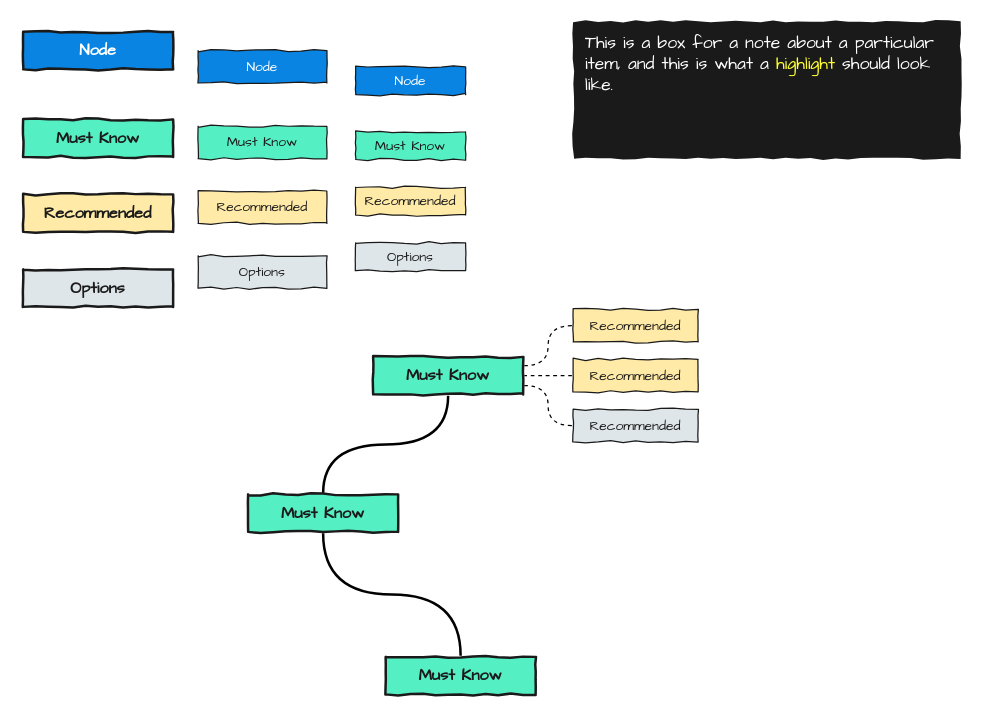
SlurmzMckenzie/agile-roadmap keeps this draw.io diagram as flowchart-template.drawio. Above is the earlier version. Source tidied: cells renumbered, new cells numbered last; positions are measured from the earlier drawing's top-left corner, leaving out a move shared by most shapes. Both pictures are drawn from the tidied source at 125%, with x=0, y=0 at pixel (22, 21).
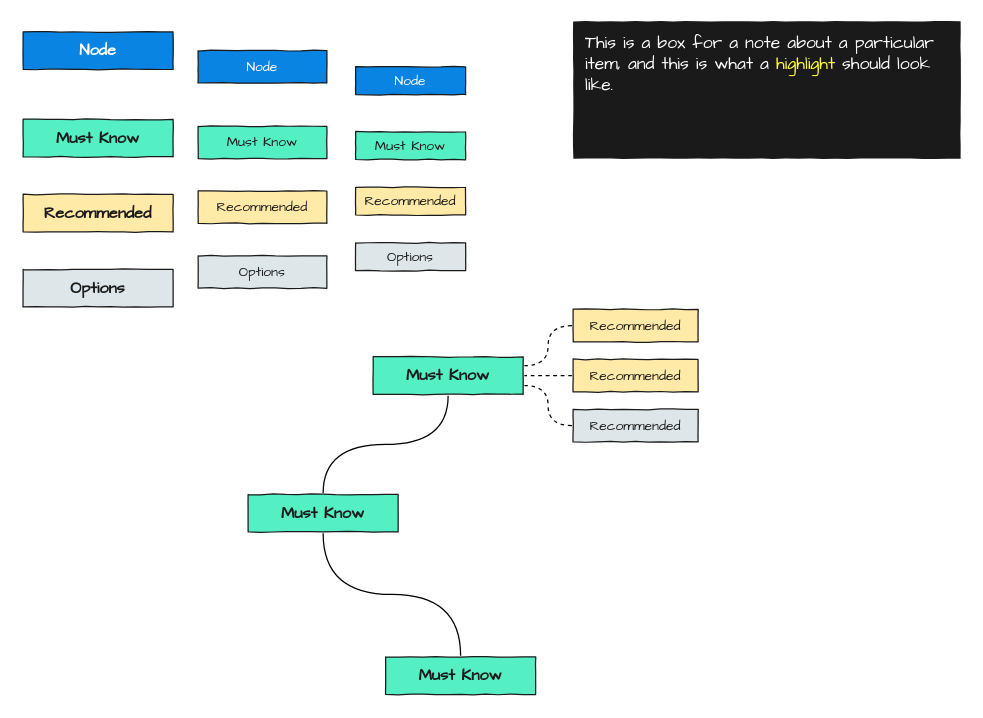
The same diagram, later.

Diff of the diagram source:
```diff
@@
-    <mxCell id="2" value="&lt;font&gt;Must Know&lt;/font&gt;" style="rounded=0;whiteSpace=wrap;html=1;fillColor=#55efc4;fontFamily=Comic Sans MS;fontSize=13;fontStyle=1;fontColor=#1A1A1A;strokeColor=#1A1A1A;perimeterSpacing=1;strokeWidth=2;shadow=0;comic=1;glass=0;gradientColor=none;labelBackgroundColor=none;labelBorderColor=none;" parent="1" vertex="1">
+    <mxCell id="2" value="&lt;font&gt;Must Know&lt;/font&gt;" style="rounded=0;whiteSpace=wrap;html=1;fillColor=#55efc4;fontFamily=Comic Sans MS;fontSize=13;fontStyle=1;fontColor=#1A1A1A;strokeColor=#1A1A1A;perimeterSpacing=1;strokeWidth=1;shadow=0;comic=1;glass=0;gradientColor=none;labelBackgroundColor=none;labelBorderColor=none;jiggle=0.8;" parent="1" vertex="1">
       <mxGeometry y="78" width="120" height="30" as="geometry" />
     </mxCell>
-    <mxCell id="3" value="&lt;font&gt;Recommended&lt;/font&gt;" style="rounded=0;whiteSpace=wrap;html=1;fillColor=#ffeaa7;fontFamily=Comic Sans MS;fontSize=13;fontStyle=1;fontColor=#1A1A1A;strokeColor=#1A1A1A;perimeterSpacing=1;strokeWidth=2;shadow=0;comic=1;glass=0;gradientColor=none;labelBackgroundColor=none;labelBorderColor=none;" parent="1" vertex="1">
+    <mxCell id="3" value="&lt;font&gt;Recommended&lt;/font&gt;" style="rounded=0;whiteSpace=wrap;html=1;fillColor=#ffeaa7;fontFamily=Comic Sans MS;fontSize=13;fontStyle=1;fontColor=#1A1A1A;strokeColor=#1A1A1A;perimeterSpacing=1;strokeWidth=1;shadow=0;comic=1;glass=0;gradientColor=none;labelBackgroundColor=none;labelBorderColor=none;jiggle=0.8;" parent="1" vertex="1">
       <mxGeometry y="138" width="120" height="30" as="geometry" />
     </mxCell>
-    <mxCell id="4" value="&lt;font&gt;Options&lt;/font&gt;" style="rounded=0;whiteSpace=wrap;html=1;fillColor=#dfe6e9;fontFamily=Comic Sans MS;fontSize=13;fontStyle=1;fontColor=#1A1A1A;strokeColor=#1A1A1A;perimeterSpacing=1;strokeWidth=2;shadow=0;comic=1;glass=0;gradientColor=none;labelBackgroundColor=none;labelBorderColor=none;" parent="1" vertex="1">
+    <mxCell id="4" value="&lt;font&gt;Options&lt;/font&gt;" style="rounded=0;whiteSpace=wrap;html=1;fillColor=#dfe6e9;fontFamily=Comic Sans MS;fontSize=13;fontStyle=1;fontColor=#1A1A1A;strokeColor=#1A1A1A;perimeterSpacing=1;strokeWidth=1;shadow=0;comic=1;glass=0;gradientColor=none;labelBackgroundColor=none;labelBorderColor=none;jiggle=0.8;" parent="1" vertex="1">
       <mxGeometry y="198" width="120" height="30" as="geometry" />
     </mxCell>
-    <mxCell id="5" value="&lt;font style=&quot;font-size: 14px&quot; face=&quot;Comic Sans MS&quot;&gt;&lt;span style=&quot;line-height: 100%&quot;&gt;This is a box for a note about a particular item, and this is what a &lt;font color=&quot;#ffff33&quot;&gt;&lt;font style=&quot;font-size: 14px&quot;&gt;highlight&lt;/font&gt; &lt;/font&gt;should look like.&lt;/span&gt;&lt;/font&gt;" style="rounded=0;whiteSpace=wrap;html=1;fillColor=#1A1A1A;fontFamily=Lucida Console;fontSize=13;fontStyle=0;fontColor=#FFFFFF;strokeColor=none;perimeterSpacing=1;strokeWidth=2;shadow=0;comic=1;glass=0;gradientColor=none;labelBackgroundColor=none;labelBorderColor=none;align=left;verticalAlign=top;spacing=2;spacingLeft=8;spacingTop=2;" parent="1" vertex="1">
+    <mxCell id="5" value="&lt;font style=&quot;font-size: 14px&quot; face=&quot;Comic Sans MS&quot;&gt;&lt;span style=&quot;line-height: 100%&quot;&gt;This is a box for a note about a particular item, and this is what a &lt;font color=&quot;#ffff33&quot;&gt;&lt;font style=&quot;font-size: 14px&quot;&gt;highlight&lt;/font&gt; &lt;/font&gt;should look like.&lt;/span&gt;&lt;/font&gt;" style="rounded=0;whiteSpace=wrap;html=1;fillColor=#1A1A1A;fontFamily=Lucida Console;fontSize=13;fontStyle=0;fontColor=#FFFFFF;strokeColor=none;perimeterSpacing=1;strokeWidth=2;shadow=0;comic=1;glass=0;gradientColor=none;labelBackgroundColor=none;labelBorderColor=none;align=left;verticalAlign=top;spacing=2;spacingLeft=8;spacingTop=2;absoluteArcSize=0;jiggle=0.5;" parent="1" vertex="1">
       <mxGeometry x="440" y="-0.5" width="310" height="110" as="geometry" />
     </mxCell>
-    <mxCell id="6" style="edgeStyle=orthogonalEdgeStyle;jettySize=auto;html=1;fontFamily=Lucida Console;fontSize=13;fontColor=#FFFFFF;curved=1;endArrow=none;endFill=0;strokeWidth=2;" parent="1" edge="1" source="7" target="9">
+    <mxCell id="6" style="edgeStyle=orthogonalEdgeStyle;jettySize=auto;html=1;fontFamily=Lucida Console;fontSize=13;fontColor=#FFFFFF;curved=1;endArrow=none;endFill=0;strokeWidth=1;" parent="1" edge="1" source="7" target="9">
       <mxGeometry relative="1" as="geometry" />
     </mxCell>
-    <mxCell id="7" value="&lt;font&gt;Must Know&lt;/font&gt;" style="rounded=0;whiteSpace=wrap;html=1;fillColor=#55efc4;fontFamily=Comic Sans MS;fontSize=13;fontStyle=1;fontColor=#1A1A1A;strokeColor=#1A1A1A;perimeterSpacing=1;strokeWidth=2;shadow=0;comic=1;glass=0;gradientColor=none;labelBackgroundColor=none;labelBorderColor=none;" parent="1" vertex="1">
+    <mxCell id="7" value="&lt;font&gt;Must Know&lt;/font&gt;" style="rounded=0;whiteSpace=wrap;html=1;fillColor=#55efc4;fontFamily=Comic Sans MS;fontSize=13;fontStyle=1;fontColor=#1A1A1A;strokeColor=#1A1A1A;perimeterSpacing=1;strokeWidth=1;shadow=0;comic=1;glass=0;gradientColor=none;labelBackgroundColor=none;labelBorderColor=none;jiggle=0.8;" parent="1" vertex="1">
       <mxGeometry x="280" y="268" width="120" height="30" as="geometry" />
     </mxCell>
-    <mxCell id="8" style="edgeStyle=orthogonalEdgeStyle;curved=1;jettySize=auto;html=1;endArrow=none;endFill=0;strokeWidth=2;fontFamily=Lucida Console;fontSize=13;fontColor=#FFFFFF;exitX=0.5;exitY=1;exitDx=0;exitDy=0;" parent="1" edge="1" source="9" target="10">
+    <mxCell id="8" style="edgeStyle=orthogonalEdgeStyle;curved=1;jettySize=auto;html=1;endArrow=none;endFill=0;strokeWidth=1;fontFamily=Lucida Console;fontSize=13;fontColor=#FFFFFF;exitX=0.5;exitY=1;exitDx=0;exitDy=0;" parent="1" edge="1" source="9" target="10">
       <mxGeometry relative="1" as="geometry" />
     </mxCell>
-    <mxCell id="9" value="&lt;font&gt;Must Know&lt;/font&gt;" style="rounded=0;whiteSpace=wrap;html=1;fillColor=#55efc4;fontFamily=Comic Sans MS;fontSize=13;fontStyle=1;fontColor=#1A1A1A;strokeColor=#1A1A1A;perimeterSpacing=1;strokeWidth=2;shadow=0;comic=1;glass=0;gradientColor=none;labelBackgroundColor=none;labelBorderColor=none;" parent="1" vertex="1">
+    <mxCell id="9" value="&lt;font&gt;Must Know&lt;/font&gt;" style="rounded=0;whiteSpace=wrap;html=1;fillColor=#55efc4;fontFamily=Comic Sans MS;fontSize=13;fontStyle=1;fontColor=#1A1A1A;strokeColor=#1A1A1A;perimeterSpacing=1;strokeWidth=1;shadow=0;comic=1;glass=0;gradientColor=none;labelBackgroundColor=none;labelBorderColor=none;jiggle=0.8;" parent="1" vertex="1">
       <mxGeometry x="180" y="378" width="120" height="30" as="geometry" />
     </mxCell>
-    <mxCell id="10" value="&lt;font&gt;Must Know&lt;/font&gt;" style="rounded=0;whiteSpace=wrap;html=1;fillColor=#55efc4;fontFamily=Comic Sans MS;fontSize=13;fontStyle=1;fontColor=#1A1A1A;strokeColor=#1A1A1A;perimeterSpacing=1;strokeWidth=2;shadow=0;comic=1;glass=0;gradientColor=none;labelBackgroundColor=none;labelBorderColor=none;" parent="1" vertex="1">
+    <mxCell id="10" value="&lt;font&gt;Must Know&lt;/font&gt;" style="rounded=0;whiteSpace=wrap;html=1;fillColor=#55efc4;fontFamily=Comic Sans MS;fontSize=13;fontStyle=1;fontColor=#1A1A1A;strokeColor=#1A1A1A;perimeterSpacing=1;strokeWidth=1;shadow=0;comic=1;glass=0;gradientColor=none;labelBackgroundColor=none;labelBorderColor=none;jiggle=0.8;" parent="1" vertex="1">
       <mxGeometry x="290" y="508" width="120" height="30" as="geometry" />
     </mxCell>
-    <mxCell id="11" value="&lt;font&gt;Node&lt;/font&gt;" style="rounded=0;whiteSpace=wrap;html=1;fillColor=#0984e3;fontFamily=Comic Sans MS;fontSize=13;fontStyle=1;fontColor=#FFFFFF;strokeColor=#1A1A1A;perimeterSpacing=1;strokeWidth=2;shadow=0;comic=1;glass=0;gradientColor=none;labelBackgroundColor=none;labelBorderColor=none;" parent="1" vertex="1">
+    <mxCell id="11" value="&lt;font&gt;Node&lt;/font&gt;" style="rounded=0;whiteSpace=wrap;html=1;fillColor=#0984e3;fontFamily=Comic Sans MS;fontSize=13;fontStyle=1;fontColor=#FFFFFF;strokeColor=#1A1A1A;perimeterSpacing=1;strokeWidth=1;shadow=0;comic=1;glass=0;gradientColor=none;labelBackgroundColor=none;labelBorderColor=none;jiggle=0.8;" parent="1" vertex="1">
       <mxGeometry y="8" width="120" height="30" as="geometry" />
     </mxCell>
@@
-    <mxCell id="13" value="&lt;font style=&quot;font-size: 11px;&quot;&gt;Recommended&lt;/font&gt;" style="rounded=0;whiteSpace=wrap;html=1;fillColor=#ffeaa7;fontFamily=Comic Sans MS;fontSize=11;fontStyle=0;fontColor=#1A1A1A;strokeColor=#1A1A1A;perimeterSpacing=1;strokeWidth=1;shadow=0;comic=1;glass=0;gradientColor=none;labelBackgroundColor=none;labelBorderColor=none;" parent="1" vertex="1">
+    <mxCell id="13" value="&lt;font style=&quot;font-size: 11px;&quot;&gt;Recommended&lt;/font&gt;" style="rounded=0;whiteSpace=wrap;html=1;fillColor=#ffeaa7;fontFamily=Comic Sans MS;fontSize=11;fontStyle=0;fontColor=#1A1A1A;strokeColor=#1A1A1A;perimeterSpacing=1;strokeWidth=1;shadow=0;comic=1;glass=0;gradientColor=none;labelBackgroundColor=none;labelBorderColor=none;jiggle=0.8;fixDash=0;" parent="1" vertex="1">
       <mxGeometry x="440" y="270" width="100" height="26" as="geometry" />
     </mxCell>
@@
-    <mxCell id="15" value="&lt;font style=&quot;font-size: 11px;&quot;&gt;Recommended&lt;/font&gt;" style="rounded=0;whiteSpace=wrap;html=1;fillColor=#ffeaa7;fontFamily=Comic Sans MS;fontSize=11;fontStyle=0;fontColor=#1A1A1A;strokeColor=#1A1A1A;perimeterSpacing=1;strokeWidth=1;shadow=0;comic=1;glass=0;gradientColor=none;labelBackgroundColor=none;labelBorderColor=none;" parent="1" vertex="1">
+    <mxCell id="15" value="&lt;font style=&quot;font-size: 11px;&quot;&gt;Recommended&lt;/font&gt;" style="rounded=0;whiteSpace=wrap;html=1;fillColor=#ffeaa7;fontFamily=Comic Sans MS;fontSize=11;fontStyle=0;fontColor=#1A1A1A;strokeColor=#1A1A1A;perimeterSpacing=1;strokeWidth=1;shadow=0;comic=1;glass=0;gradientColor=none;labelBackgroundColor=none;labelBorderColor=none;jiggle=0.8;" parent="1" vertex="1">
       <mxGeometry x="440" y="230" width="100" height="26" as="geometry" />
     </mxCell>
-    <mxCell id="16" style="edgeStyle=orthogonalEdgeStyle;curved=1;jettySize=auto;html=1;exitX=0;exitY=0.5;exitDx=0;exitDy=0;entryX=1;entryY=0.75;entryDx=0;entryDy=0;dashed=1;startFill=1;endArrow=none;endFill=0;strokeWidth=1;fontFamily=Lucida Console;fontSize=11;fontColor=#FFFFFF;" parent="1" edge="1" source="17" target="7">
+    <mxCell id="16" style="edgeStyle=orthogonalEdgeStyle;curved=1;jettySize=auto;html=1;exitX=0;exitY=0.5;exitDx=0;exitDy=0;entryX=1;entryY=0.75;entryDx=0;entryDy=0;dashed=1;startFill=1;endArrow=none;endFill=0;strokeWidth=1;fontFamily=Lucida Console;fontSize=11;fontColor=#FFFFFF;noJump=0;" parent="1" edge="1" source="17" target="7">
       <mxGeometry relative="1" as="geometry" />
     </mxCell>
-    <mxCell id="17" value="&lt;font style=&quot;font-size: 11px;&quot;&gt;Recommended&lt;/font&gt;" style="rounded=0;whiteSpace=wrap;html=1;fillColor=#dfe6e9;fontFamily=Comic Sans MS;fontSize=13;fontStyle=0;fontColor=#1A1A1A;strokeColor=#1A1A1A;perimeterSpacing=1;strokeWidth=1;shadow=0;comic=1;glass=0;gradientColor=none;labelBackgroundColor=none;labelBorderColor=none;" parent="1" vertex="1">
+    <mxCell id="17" value="&lt;font style=&quot;font-size: 11px;&quot;&gt;Recommended&lt;/font&gt;" style="rounded=0;whiteSpace=wrap;html=1;fillColor=#dfe6e9;fontFamily=Comic Sans MS;fontSize=13;fontStyle=0;fontColor=#1A1A1A;strokeColor=#1A1A1A;perimeterSpacing=1;strokeWidth=1;shadow=0;comic=1;glass=0;gradientColor=none;labelBackgroundColor=none;labelBorderColor=none;jiggle=0.8;" parent="1" vertex="1">
       <mxGeometry x="440" y="310" width="100" height="26" as="geometry" />
     </mxCell>
-    <mxCell id="18" style="group;" parent="1" vertex="1">
+    <mxCell id="18" style="group;jiggle=0.8;" parent="1" vertex="1">
       <mxGeometry x="140" y="23" width="103" height="190" as="geometry" />
     </mxCell>
-    <mxCell id="19" value="&lt;font style=&quot;font-size: 11px;&quot;&gt;Must Know&lt;/font&gt;" style="rounded=0;whiteSpace=wrap;html=1;fillColor=#55efc4;fontFamily=Comic Sans MS;fontSize=11;fontStyle=0;fontColor=#1A1A1A;strokeColor=#1A1A1A;perimeterSpacing=1;strokeWidth=1;shadow=0;comic=1;glass=0;gradientColor=none;labelBackgroundColor=none;labelBorderColor=none;" parent="18" vertex="1">
+    <mxCell id="19" value="&lt;font style=&quot;font-size: 11px;&quot;&gt;Must Know&lt;/font&gt;" style="rounded=0;whiteSpace=wrap;html=1;fillColor=#55efc4;fontFamily=Comic Sans MS;fontSize=11;fontStyle=0;fontColor=#1A1A1A;strokeColor=#1A1A1A;perimeterSpacing=1;strokeWidth=1;shadow=0;comic=1;glass=0;gradientColor=none;labelBackgroundColor=none;labelBorderColor=none;jiggle=0.8;" parent="18" vertex="1">
       <mxGeometry y="60.5" width="103" height="25.9" as="geometry" />
     </mxCell>
-    <mxCell id="20" value="&lt;font style=&quot;font-size: 11px;&quot;&gt;Recommended&lt;/font&gt;" style="rounded=0;whiteSpace=wrap;html=1;fillColor=#ffeaa7;fontFamily=Comic Sans MS;fontSize=11;fontStyle=0;fontColor=#1A1A1A;strokeColor=#1A1A1A;perimeterSpacing=1;strokeWidth=1;shadow=0;comic=1;glass=0;gradientColor=none;labelBackgroundColor=none;labelBorderColor=none;" parent="18" vertex="1">
+    <mxCell id="20" value="&lt;font style=&quot;font-size: 11px;&quot;&gt;Recommended&lt;/font&gt;" style="rounded=0;whiteSpace=wrap;html=1;fillColor=#ffeaa7;fontFamily=Comic Sans MS;fontSize=11;fontStyle=0;fontColor=#1A1A1A;strokeColor=#1A1A1A;perimeterSpacing=1;strokeWidth=1;shadow=0;comic=1;glass=0;gradientColor=none;labelBackgroundColor=none;labelBorderColor=none;jiggle=0.8;" parent="18" vertex="1">
       <mxGeometry y="112.3" width="103" height="25.9" as="geometry" />
     </mxCell>
-    <mxCell id="21" value="&lt;font style=&quot;font-size: 11px;&quot;&gt;Options&lt;/font&gt;" style="rounded=0;whiteSpace=wrap;html=1;fillColor=#dfe6e9;fontFamily=Comic Sans MS;fontSize=11;fontStyle=0;fontColor=#1A1A1A;strokeColor=#1A1A1A;perimeterSpacing=1;strokeWidth=1;shadow=0;comic=1;glass=0;gradientColor=none;labelBackgroundColor=none;labelBorderColor=none;" parent="18" vertex="1">
+    <mxCell id="21" value="&lt;font style=&quot;font-size: 11px;&quot;&gt;Options&lt;/font&gt;" style="rounded=0;whiteSpace=wrap;html=1;fillColor=#dfe6e9;fontFamily=Comic Sans MS;fontSize=11;fontStyle=0;fontColor=#1A1A1A;strokeColor=#1A1A1A;perimeterSpacing=1;strokeWidth=1;shadow=0;comic=1;glass=0;gradientColor=none;labelBackgroundColor=none;labelBorderColor=none;jiggle=0.8;" parent="18" vertex="1">
       <mxGeometry y="164.1" width="103" height="25.9" as="geometry" />
     </mxCell>
-    <mxCell id="22" value="&lt;font style=&quot;font-size: 11px;&quot;&gt;Node&lt;/font&gt;" style="rounded=0;whiteSpace=wrap;html=1;fillColor=#0984e3;fontFamily=Comic Sans MS;fontSize=11;fontStyle=0;fontColor=#FFFFFF;strokeColor=#1A1A1A;perimeterSpacing=1;strokeWidth=1;shadow=0;comic=1;glass=0;gradientColor=none;labelBackgroundColor=none;labelBorderColor=none;" parent="18" vertex="1">
+    <mxCell id="22" value="&lt;font style=&quot;font-size: 11px;&quot;&gt;Node&lt;/font&gt;" style="rounded=0;whiteSpace=wrap;html=1;fillColor=#0984e3;fontFamily=Comic Sans MS;fontSize=11;fontStyle=0;fontColor=#FFFFFF;strokeColor=#1A1A1A;perimeterSpacing=1;strokeWidth=1;shadow=0;comic=1;glass=0;gradientColor=none;labelBackgroundColor=none;labelBorderColor=none;jiggle=0.8;" parent="18" vertex="1">
       <mxGeometry width="103" height="25.9" as="geometry" />
     </mxCell>
-    <mxCell id="23" style="group;" parent="1" vertex="1">
+    <mxCell id="23" style="group;jiggle=0.8;" parent="1" vertex="1">
       <mxGeometry x="266" y="36" width="88" height="163" as="geometry" />
     </mxCell>
-    <mxCell id="24" value="&lt;font style=&quot;font-size: 11px;&quot;&gt;Must Know&lt;/font&gt;" style="rounded=0;whiteSpace=wrap;html=1;fillColor=#55efc4;fontFamily=Comic Sans MS;fontSize=11;fontStyle=0;fontColor=#1A1A1A;strokeColor=#1A1A1A;perimeterSpacing=1;strokeWidth=1;shadow=0;comic=1;glass=0;gradientColor=none;labelBackgroundColor=none;labelBorderColor=none;" parent="23" vertex="1">
+    <mxCell id="24" value="&lt;font style=&quot;font-size: 11px;&quot;&gt;Must Know&lt;/font&gt;" style="rounded=0;whiteSpace=wrap;html=1;fillColor=#55efc4;fontFamily=Comic Sans MS;fontSize=11;fontStyle=0;fontColor=#1A1A1A;strokeColor=#1A1A1A;perimeterSpacing=1;strokeWidth=1;shadow=0;comic=1;glass=0;gradientColor=none;labelBackgroundColor=none;labelBorderColor=none;jiggle=0.8;" parent="23" vertex="1">
       <mxGeometry y="51.9" width="88" height="22.2" as="geometry" />
     </mxCell>
-    <mxCell id="25" value="&lt;font style=&quot;font-size: 11px;&quot;&gt;Recommended&lt;/font&gt;" style="rounded=0;whiteSpace=wrap;html=1;fillColor=#ffeaa7;fontFamily=Comic Sans MS;fontSize=11;fontStyle=0;fontColor=#1A1A1A;strokeColor=#1A1A1A;perimeterSpacing=1;strokeWidth=1;shadow=0;comic=1;glass=0;gradientColor=none;labelBackgroundColor=none;labelBorderColor=none;" parent="23" vertex="1">
+    <mxCell id="25" value="&lt;font style=&quot;font-size: 11px;&quot;&gt;Recommended&lt;/font&gt;" style="rounded=0;whiteSpace=wrap;html=1;fillColor=#ffeaa7;fontFamily=Comic Sans MS;fontSize=11;fontStyle=0;fontColor=#1A1A1A;strokeColor=#1A1A1A;perimeterSpacing=1;strokeWidth=1;shadow=0;comic=1;glass=0;gradientColor=none;labelBackgroundColor=none;labelBorderColor=none;jiggle=0.8;" parent="23" vertex="1">
       <mxGeometry y="96.3" width="88" height="22.2" as="geometry" />
     </mxCell>
-    <mxCell id="26" value="&lt;font style=&quot;font-size: 11px;&quot;&gt;Options&lt;/font&gt;" style="rounded=0;whiteSpace=wrap;html=1;fillColor=#dfe6e9;fontFamily=Comic Sans MS;fontSize=11;fontStyle=0;fontColor=#1A1A1A;strokeColor=#1A1A1A;perimeterSpacing=1;strokeWidth=1;shadow=0;comic=1;glass=0;gradientColor=none;labelBackgroundColor=none;labelBorderColor=none;" parent="23" vertex="1">
+    <mxCell id="26" value="&lt;font style=&quot;font-size: 11px;&quot;&gt;Options&lt;/font&gt;" style="rounded=0;whiteSpace=wrap;html=1;fillColor=#dfe6e9;fontFamily=Comic Sans MS;fontSize=11;fontStyle=0;fontColor=#1A1A1A;strokeColor=#1A1A1A;perimeterSpacing=1;strokeWidth=1;shadow=0;comic=1;glass=0;gradientColor=none;labelBackgroundColor=none;labelBorderColor=none;jiggle=0.8;" parent="23" vertex="1">
       <mxGeometry y="140.8" width="88" height="22.2" as="geometry" />
     </mxCell>
-    <mxCell id="27" value="&lt;font style=&quot;font-size: 11px;&quot;&gt;Node&lt;/font&gt;" style="rounded=0;whiteSpace=wrap;html=1;fillColor=#0984e3;fontFamily=Comic Sans MS;fontSize=11;fontStyle=0;fontColor=#FFFFFF;strokeColor=#1A1A1A;perimeterSpacing=1;strokeWidth=1;shadow=0;comic=1;glass=0;gradientColor=none;labelBackgroundColor=none;labelBorderColor=none;" parent="23" vertex="1">
+    <mxCell id="27" value="&lt;font style=&quot;font-size: 11px;&quot;&gt;Node&lt;/font&gt;" style="rounded=0;whiteSpace=wrap;html=1;fillColor=#0984e3;fontFamily=Comic Sans MS;fontSize=11;fontStyle=0;fontColor=#FFFFFF;strokeColor=#1A1A1A;perimeterSpacing=1;strokeWidth=1;shadow=0;comic=1;glass=0;gradientColor=none;labelBackgroundColor=none;labelBorderColor=none;jiggle=0.8;" parent="23" vertex="1">
       <mxGeometry width="88" height="22.2" as="geometry" />
     </mxCell>
```
